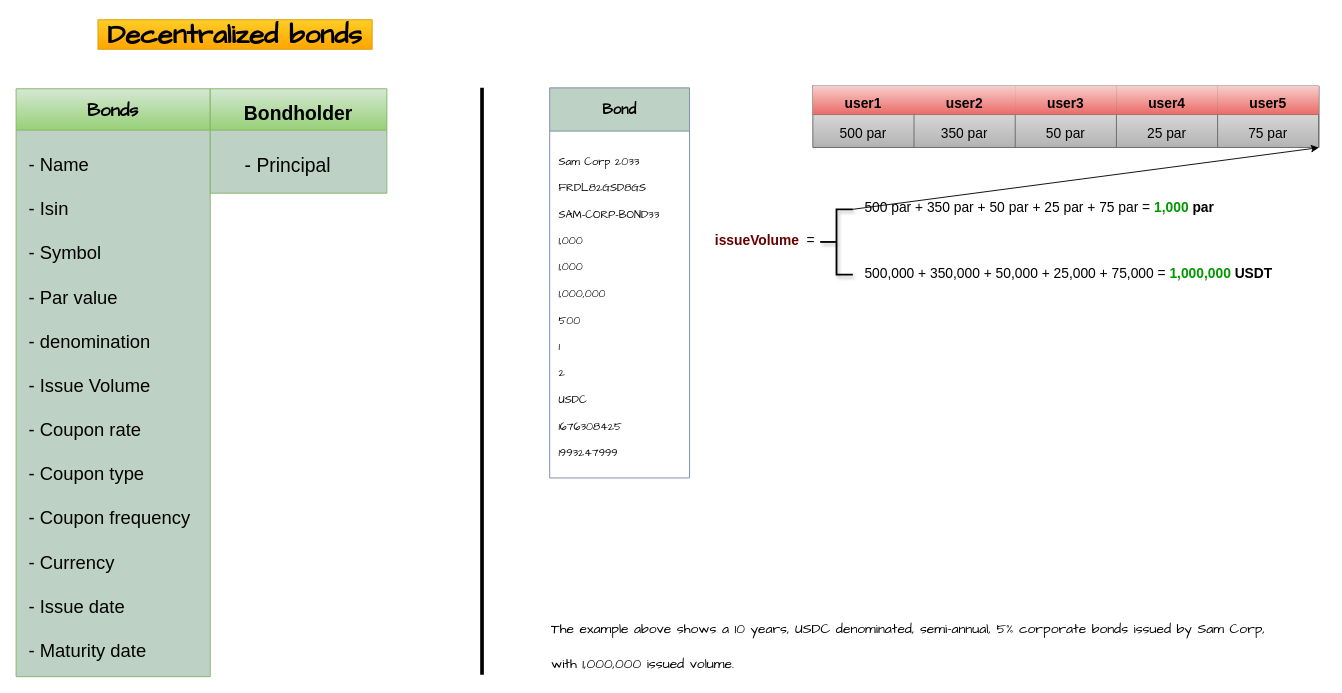
Before: bonds.drawio in Edoumou/drawings, a draw.io diagram. Source tidied: cells renumbered, new cells numbered last; positions are measured from the earlier drawing's top-left corner, leaving out a move shared by most shapes. Both pictures are drawn from the tidied source at 92%, with x=0, y=0 at pixel (16, 19).
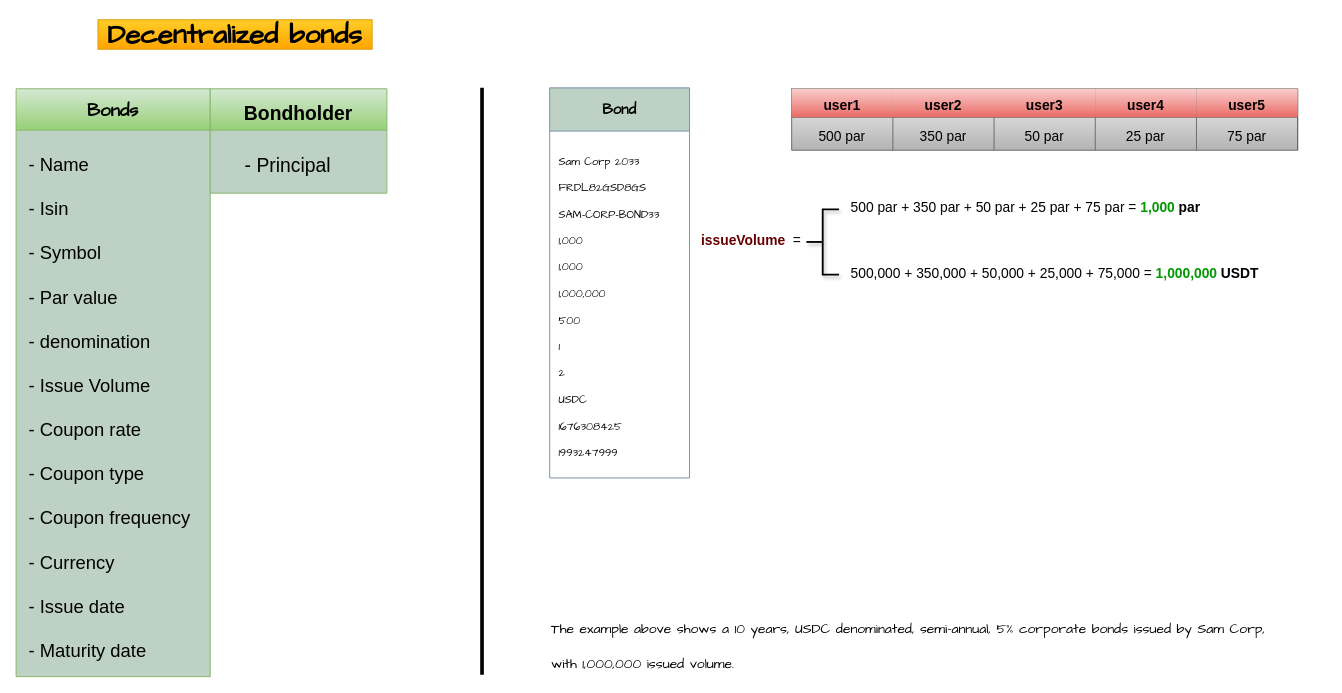
The same page after the edit.

Commit message:
bonds model

Unchanged cells that the change refers to:
```xml
<mxCell id="24" style="strokeWidth=2;html=1;shape=mxgraph.flowchart.annotation_2;align=left;labelPosition=right;shadow=1;fontFamily=Helvetica;fontSize=15;fontColor=#660000;" parent="18" vertex="1">
  <mxGeometry x="550" height="36" as="geometry" />
</mxCell>
<mxCell id="28" style="strokeWidth=2;html=1;shape=mxgraph.flowchart.annotation_2;align=left;labelPosition=right;shadow=1;fontFamily=Helvetica;fontSize=15;fontColor=#660000;" parent="26" vertex="1">
  <mxGeometry x="116" y="18" width="35.5" height="71" as="geometry" />
</mxCell>
```

What changed in the source:
```diff
@@
     <mxCell id="11" style="shape=table;startSize=0;childLayout=tableLayout;fontFamily=Helvetica;fontSize=21;fillColor=#f5f5f5;strokeColor=#666666;gradientColor=#b3b3b3;" parent="1" vertex="1">
-      <mxGeometry x="866" y="72" width="550" height="66.8" as="geometry" />
+      <mxGeometry x="843" y="75" width="550" height="66.8" as="geometry" />
     </mxCell>
@@
-    <mxCell id="25" style="edgeStyle=orthogonalEdgeStyle;rounded=0;jettySize=auto;html=1;fontFamily=Helvetica;fontSize=15;fontColor=#660000;" parent="1" edge="1" source="28" target="24">
-      <mxGeometry relative="1" as="geometry" />
-    </mxCell>
     <mxCell id="26" style="group;" parent="1" vertex="1">
-      <mxGeometry x="758" y="188" width="632" height="102" as="geometry" />
+      <mxGeometry x="743" y="188" width="632" height="102" as="geometry" />
     </mxCell>
```
